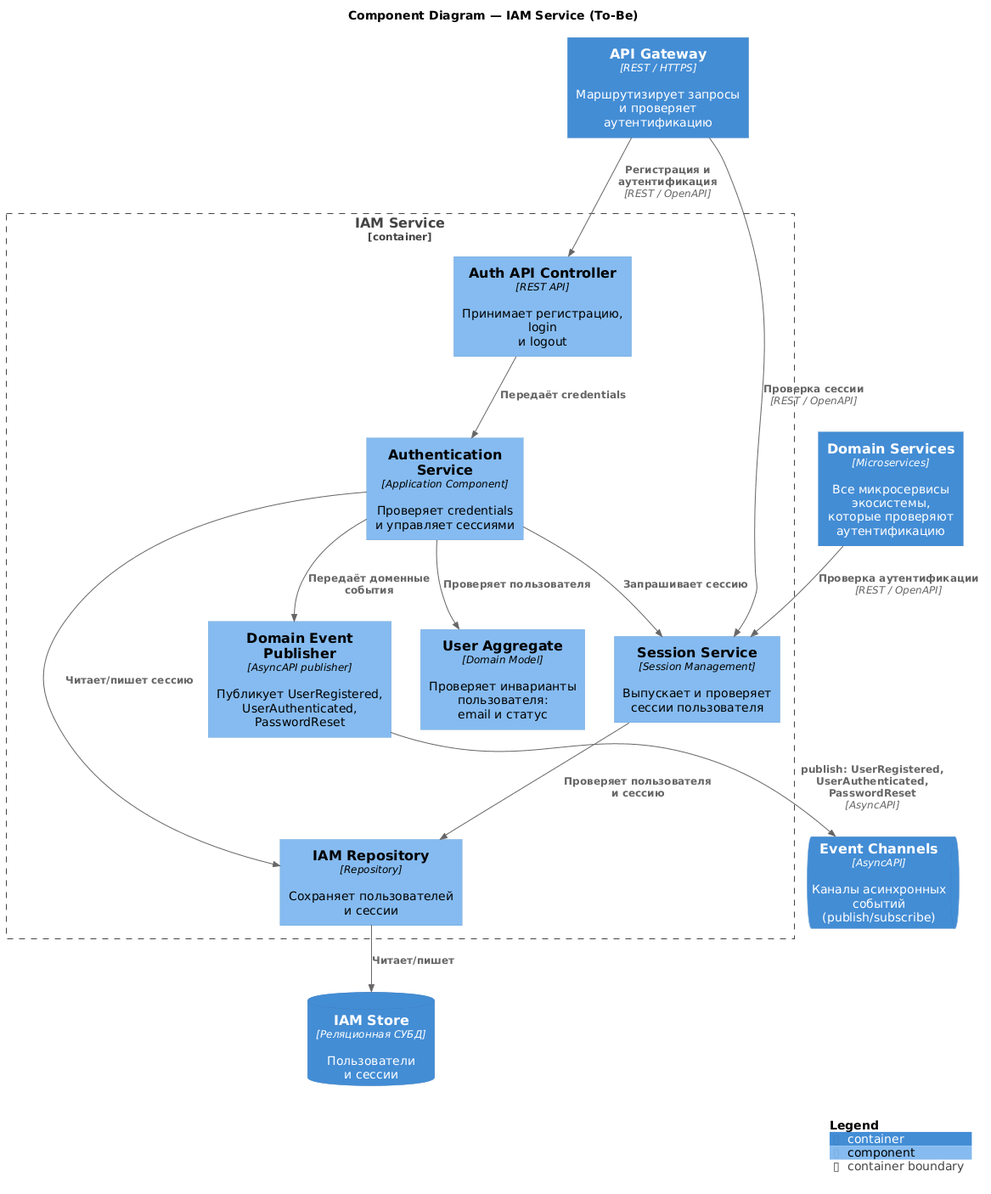
Earlier version of the PlantUML export docs/diagrams/out/tobe_component_iam.png (rbe1yaev/architecture-warmhouse).
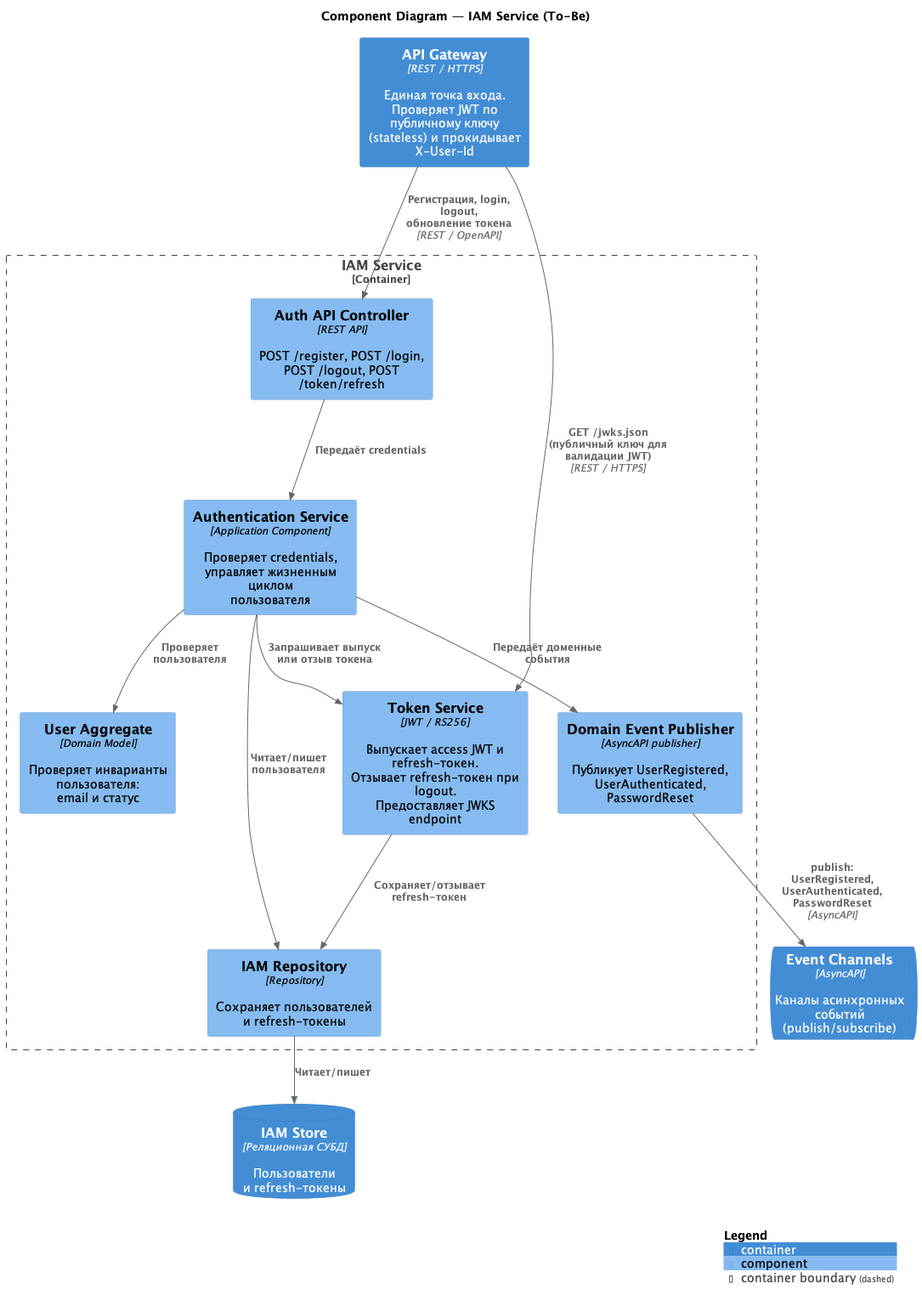
After the change.

Diff of the diagram source:
```diff
@@ -3,28 +3,27 @@
 
 title Component Diagram — IAM Service (To-Be)
 
-Container(gateway, "API Gateway", "REST / HTTPS", "Маршрутизирует запросы\nи проверяет аутентификацию")
-Container(all_services, "Domain Services", "Microservices", "Все микросервисы экосистемы,\nкоторые проверяют аутентификацию")
+Container(gateway, "API Gateway", "REST / HTTPS", "Единая точка входа.\nПроверяет JWT по публичному ключу\n(stateless) и прокидывает X-User-Id")
 ContainerQueue(events, "Event Channels", "AsyncAPI", "Каналы асинхронных событий\n(publish/subscribe)")
-ContainerDb(iam_db, "IAM Store", "Реляционная СУБД", "Пользователи\nи сессии")
+ContainerDb(iam_db, "IAM Store", "Реляционная СУБД", "Пользователи\nи refresh-токены")
 
 Container_Boundary(iam, "IAM Service") {
-    Component(auth_api, "Auth API Controller", "REST API", "Принимает регистрацию, login\nи logout")
-    Component(auth_service, "Authentication Service", "Application Component", "Проверяет credentials\nи управляет сессиями")
-    Component(session_service, "Session Service", "Session Management", "Выпускает и проверяет\nсессии пользователя")
+    Component(auth_api, "Auth API Controller", "REST API", "POST /register, POST /login,\nPOST /logout, POST /token/refresh")
+    Component(auth_service, "Authentication Service", "Application Component", "Проверяет credentials,\nуправляет жизненным циклом\nпользователя")
+    Component(token_service, "Token Service", "JWT / RS256", "Выпускает access JWT и refresh-токен.\nОтзывает refresh-токен при logout.\nПредоставляет JWKS endpoint")
     Component(user_model, "User Aggregate", "Domain Model", "Проверяет инварианты пользователя:\nemail и статус")
-    Component(repository, "IAM Repository", "Repository", "Сохраняет пользователей\nи сессии")
+    Component(repository, "IAM Repository", "Repository", "Сохраняет пользователей\nи refresh-токены")
     Component(event_publisher, "Domain Event Publisher", "AsyncAPI publisher", "Публикует UserRegistered,\nUserAuthenticated, PasswordReset")
 }
 
-Rel(gateway, auth_api, "Регистрация и аутентификация", "REST / OpenAPI")
-Rel(gateway, session_service, "Проверка сессии", "REST / OpenAPI")
-Rel(all_services, session_service, "Проверка аутентификации", "REST / OpenAPI")
+Rel(gateway, auth_api, "Регистрация, login, logout,\nобновление токена", "REST / OpenAPI")
+Rel(gateway, token_service, "GET /jwks.json\n(публичный ключ для валидации JWT)", "REST / HTTPS")
+
 Rel(auth_api, auth_service, "Передаёт credentials")
 Rel(auth_service, user_model, "Проверяет пользователя")
-Rel(auth_service, session_service, "Запрашивает сессию")
-Rel(auth_service, repository, "Читает/пишет сессию")
-Rel(session_service, repository, "Проверяет пользователя\nи сессию")
+Rel(auth_service, token_service, "Запрашивает выпуск\nили отзыв токена")
+Rel(auth_service, repository, "Читает/пишет пользователя")
+Rel(token_service, repository, "Сохраняет/отзывает\nrefresh-токен")
 Rel(repository, iam_db, "Читает/пишет")
 Rel(auth_service, event_publisher, "Передаёт доменные события")
 Rel(event_publisher, events, "publish: UserRegistered,\nUserAuthenticated, PasswordReset", "AsyncAPI")
```
